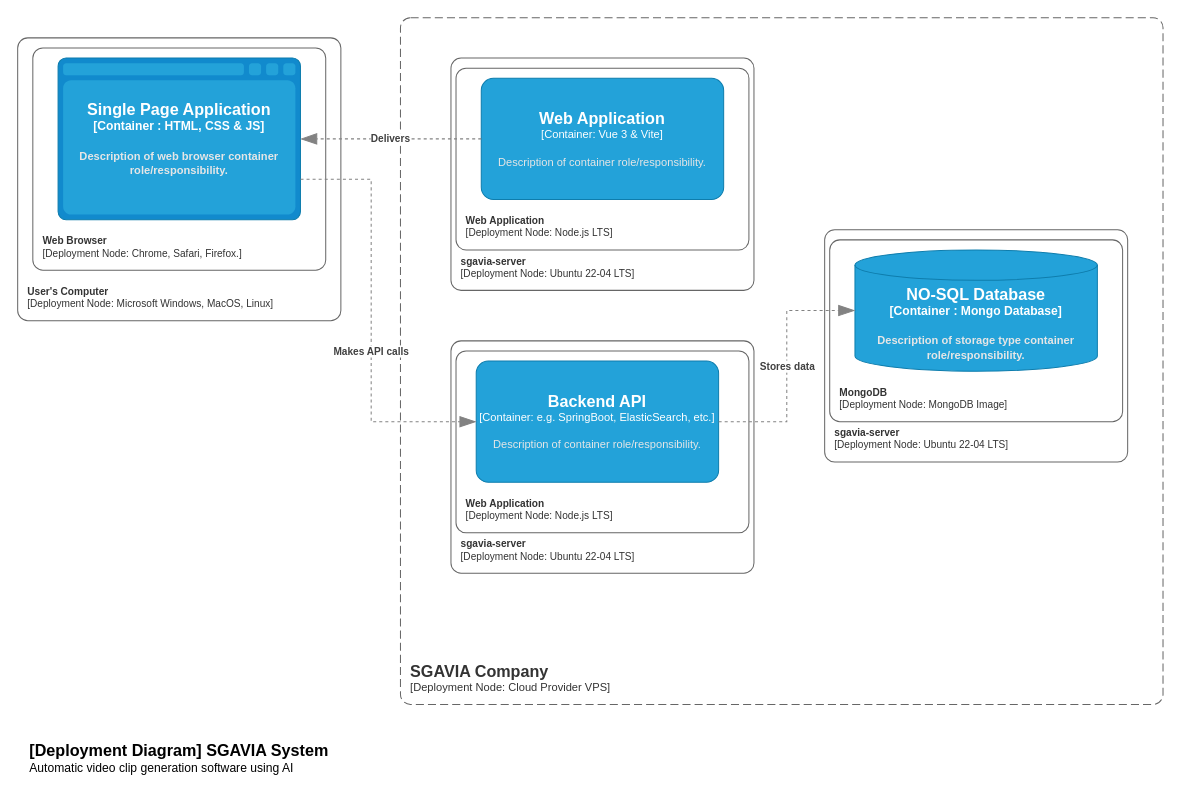
Above: page "Página-5" (5 of 5) of drawio-diagrams/Organigrama.drawio in PR2022027/.github (draw.io), before the change. Source tidied: cells renumbered, new cells numbered last; positions are measured from the earlier drawing's top-left corner, leaving out a move shared by most shapes. Both pictures are drawn from the tidied source at 101%, with x=0, y=0 at pixel (17, 17).
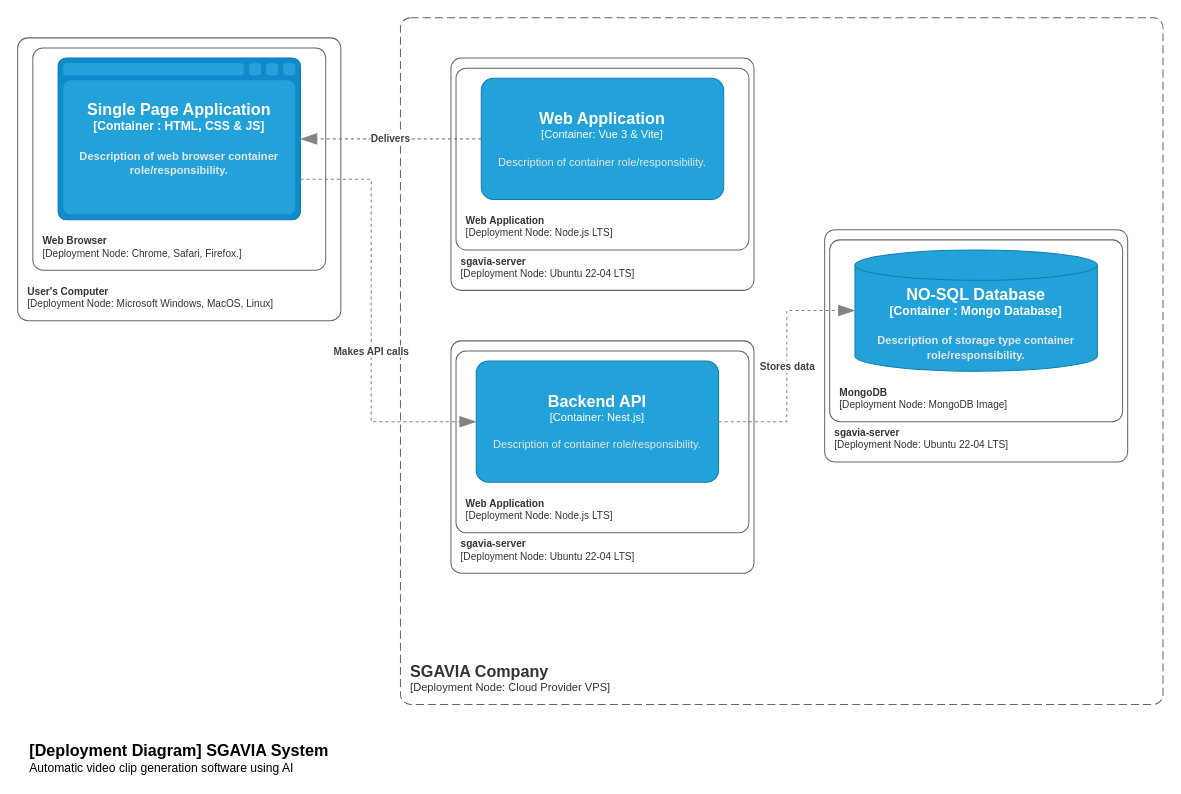
Above is the later version.

The edit, as a diff of the source:
```diff
@@
-    <object id="4" label="&lt;font style=&quot;font-size: 16px&quot;&gt;&lt;b&gt;%c4Name%&lt;/b&gt;&lt;/font&gt;&lt;div&gt;[%c4Type%: %c4Technology%]&lt;/div&gt;&lt;br&gt;&lt;div&gt;&lt;font style=&quot;font-size: 11px&quot;&gt;&lt;font color=&quot;#E6E6E6&quot;&gt;%c4Description%&lt;/font&gt;&lt;/div&gt;" c4Description="Description of container role/responsibility." c4Name="Backend API" c4Technology="e.g. SpringBoot, ElasticSearch, etc." c4Type="Container" placeholders="1">
+    <object id="4" label="&lt;font style=&quot;font-size: 16px&quot;&gt;&lt;b&gt;%c4Name%&lt;/b&gt;&lt;/font&gt;&lt;div&gt;[%c4Type%: %c4Technology%]&lt;/div&gt;&lt;br&gt;&lt;div&gt;&lt;font style=&quot;font-size: 11px&quot;&gt;&lt;font color=&quot;#E6E6E6&quot;&gt;%c4Description%&lt;/font&gt;&lt;/div&gt;" c4Description="Description of container role/responsibility." c4Name="Backend API" c4Technology="Nest.js" c4Type="Container" placeholders="1">
       <mxCell style="rounded=1;whiteSpace=wrap;html=1;fontSize=11;labelBackgroundColor=none;fillColor=#23A2D9;fontColor=#ffffff;align=center;arcSize=10;strokeColor=#0E7DAD;points=[[0.25,0,0],[0.5,0,0],[0.75,0,0],[1,0.25,0],[1,0.5,0],[1,0.75,0],[0.75,1,0],[0.5,1,0],[0.25,1,0],[0,0.75,0],[0,0.5,0],[0,0.25,0]];" parent="1" vertex="1">
         <mxGeometry x="454" y="340" width="240" height="120" as="geometry" />
       </mxCell>
     </object>
```
